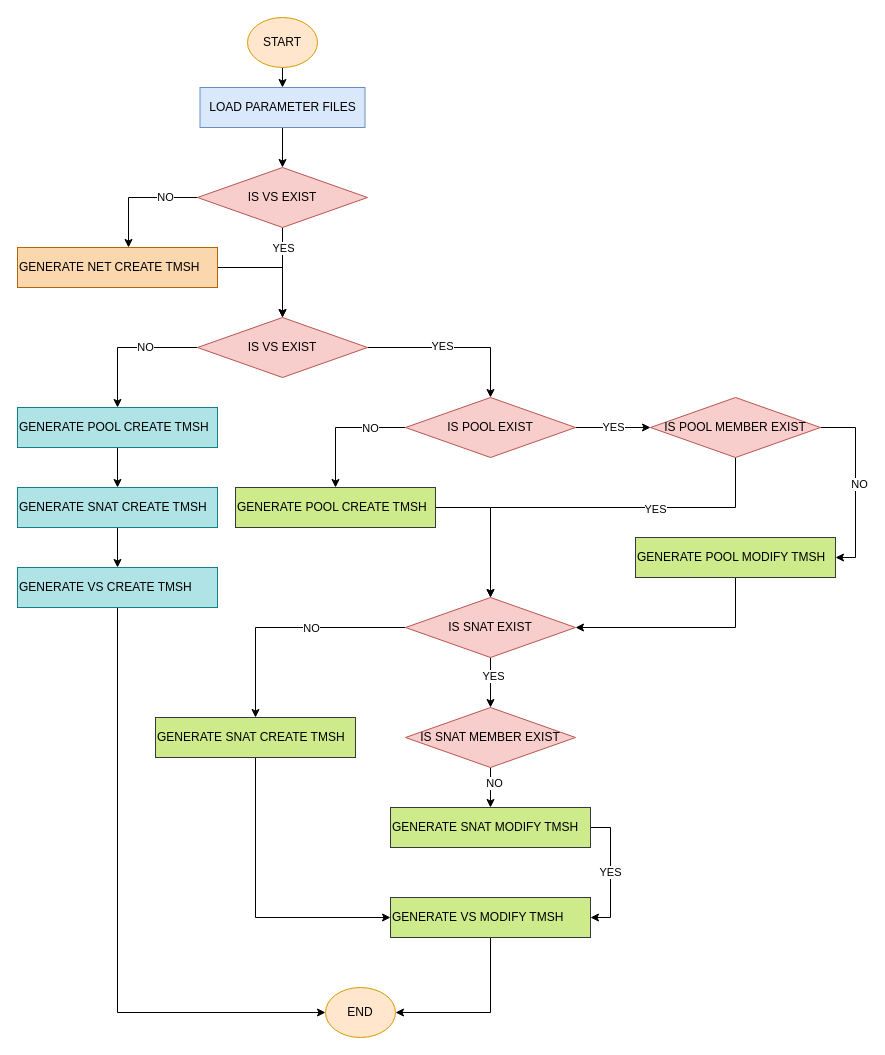
This is python-tmsh-generator.drawio from kylinsoong/pics, a draw.io file, before an edit. Source tidied: cells renumbered, new cells numbered last; positions are measured from the earlier drawing's top-left corner, leaving out a move shared by most shapes. Both pictures are drawn from the tidied source at 100%, with x=0, y=0 at pixel (17, 17).
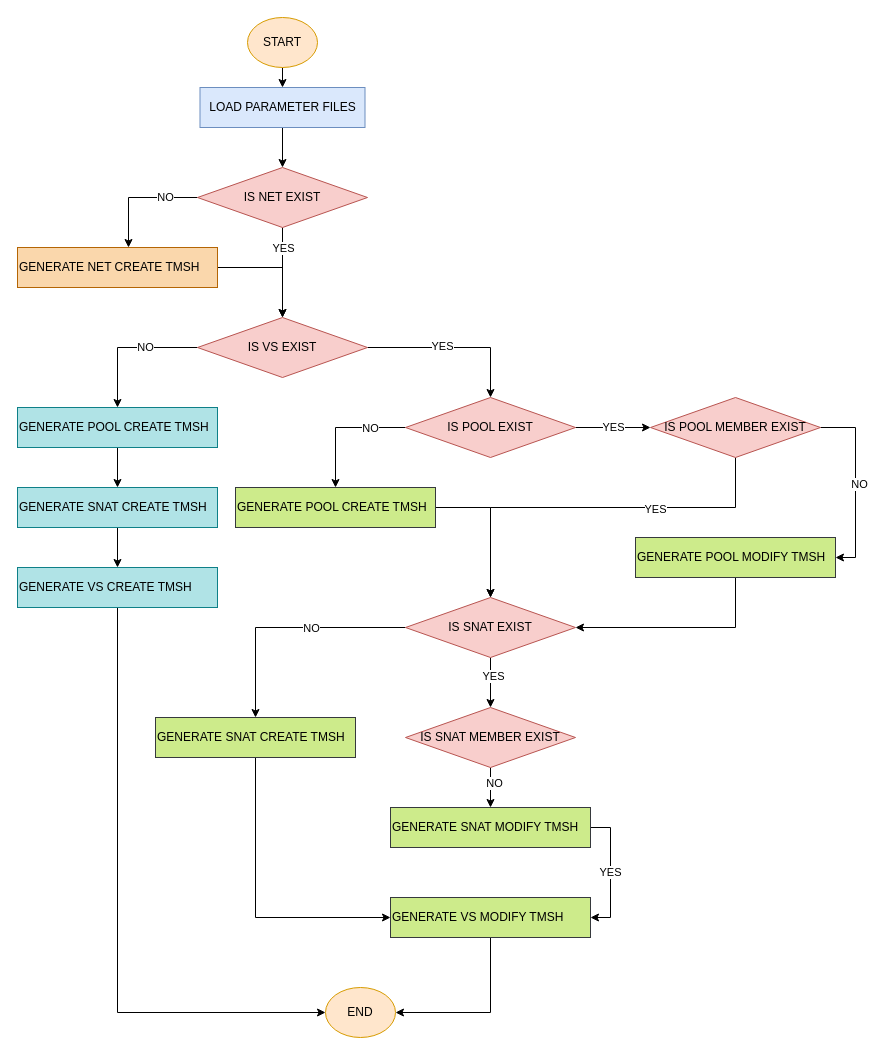
Above is the later version.

What changed in the source:
```diff
@@
-    <mxCell id="11" value="IS VS EXIST" style="rhombus;whiteSpace=wrap;html=1;fillColor=#f8cecc;strokeColor=#b85450;" parent="1" vertex="1">
+    <mxCell id="11" value="IS NET EXIST" style="rhombus;whiteSpace=wrap;html=1;fillColor=#f8cecc;strokeColor=#b85450;" parent="1" vertex="1">
       <mxGeometry x="180" y="150" width="170" height="60" as="geometry" />
     </mxCell>
```
